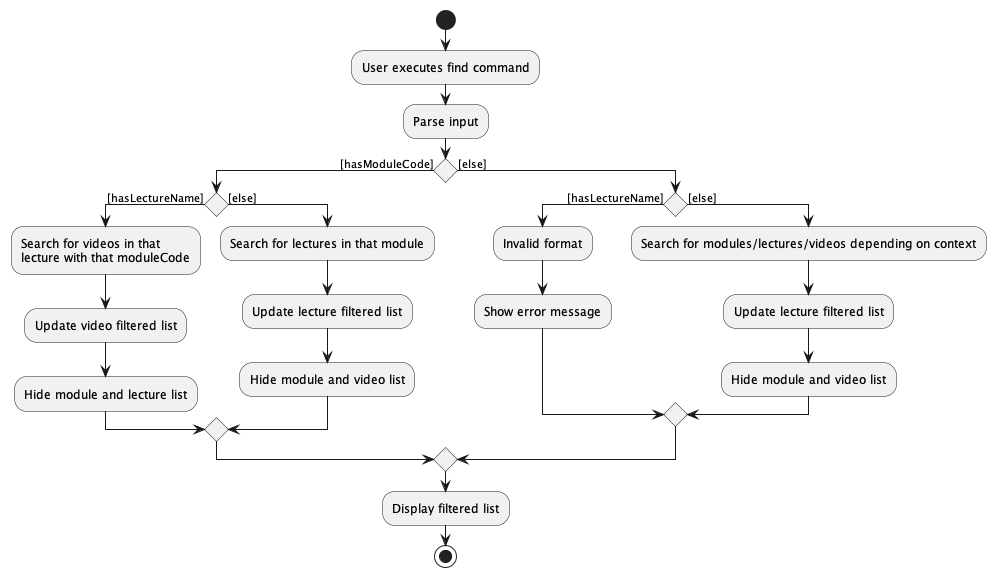
Above: docs/images/FindActivityDiagram.png in nus-cs2103-AY2223S2/tp (PlantUML), before the change.
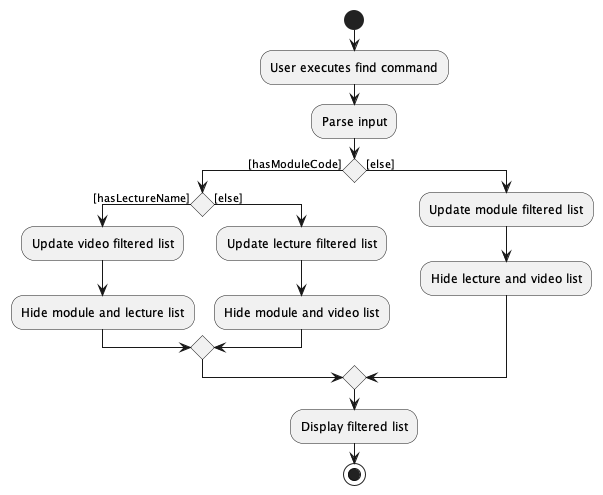
Later version of the same file.

Diff of the diagram source:
```diff
@@ -4,24 +4,15 @@
 :Parse input;
 if () then ([hasModuleCode])
     if () then ([hasLectureName])
-        :Search for videos in that
-        lecture with that moduleCode;
         :Update video filtered list;
         :Hide module and lecture list;
     else ([else])
-        :Search for lectures in that module;
         :Update lecture filtered list;
         :Hide module and video list;
     endif
 else ([else])
-    if () then ([hasLectureName])
-        :Invalid format;
-        :Show error message;
-    else ([else])
-        :Search for modules/lectures/videos depending on context;
-        :Update lecture filtered list;
-        :Hide module and video list;
-    endif
+    :Update module filtered list;
+    :Hide lecture and video list;
 endif
 :Display filtered list;
 stop
```
